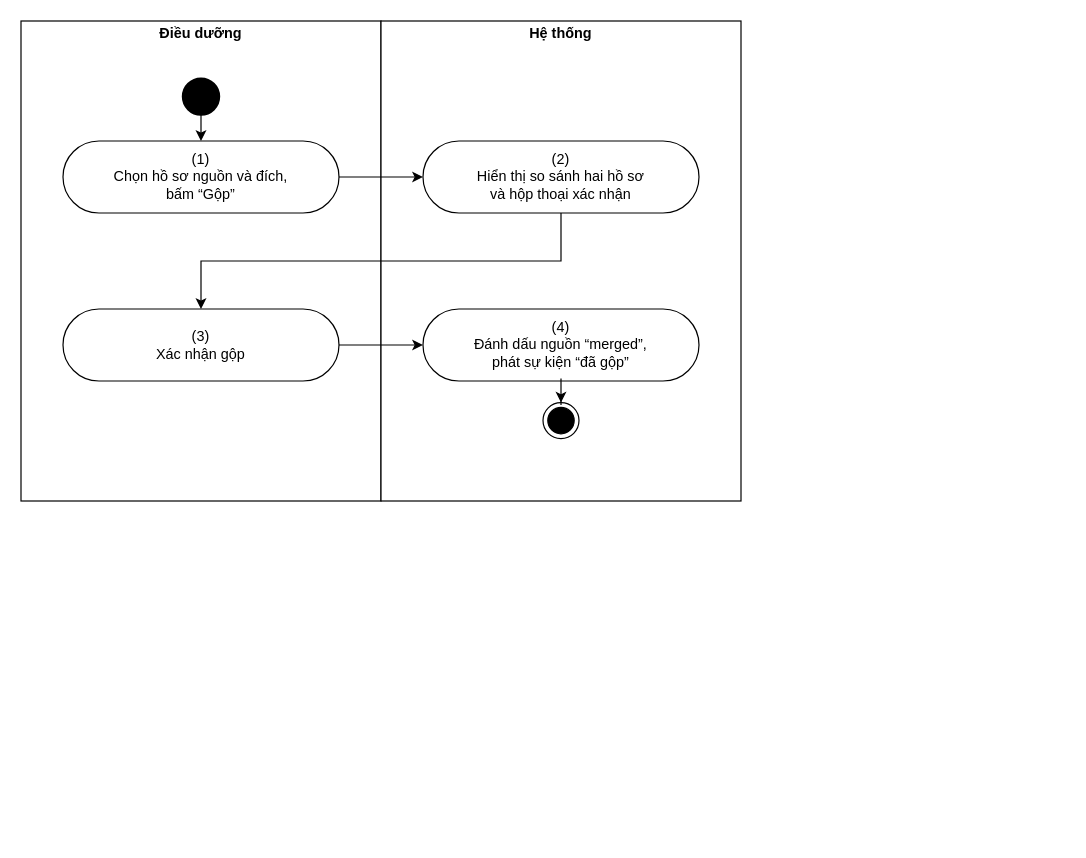
Above: page "UC 13 Liên kết hồ sơ của người thân trưởng thành" (4 of 18) of docs/02-requirements/srs/dist/diagrams/10-activity-clinical.drawio in viethung12062005/smart-hospital-platform (draw.io), before the change. Source tidied: cells renumbered, new cells numbered last; positions are measured from the earlier drawing's top-left corner, leaving out a move shared by most shapes. Both pictures are drawn from the tidied source at 120%, with x=0, y=0 at pixel (20, 20).
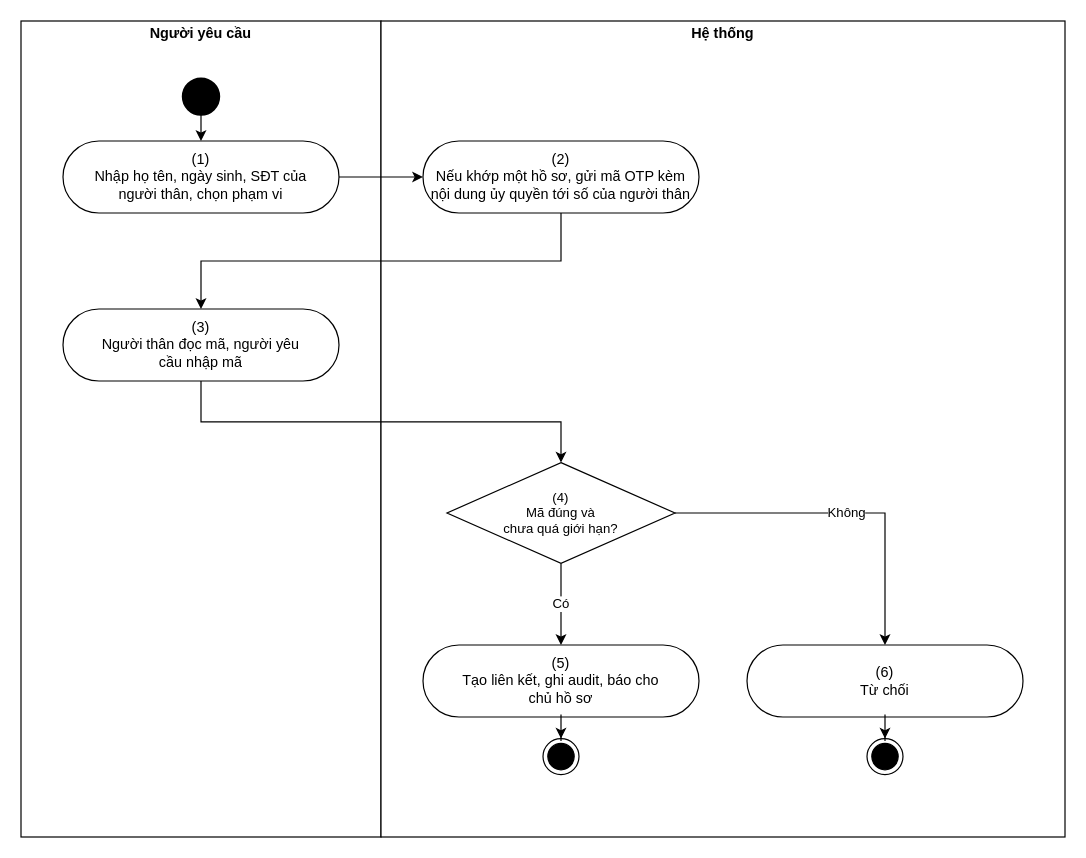
After the change.

Change to the diagram source:
```diff
@@
-    <mxCell id="2" value="&lt;p style=&quot;margin:0px;margin-top:4px;text-align:center&quot;&gt;&lt;b&gt;Điều dưỡng&lt;/b&gt;&lt;/p&gt;" style="verticalAlign=top;align=left;overflow=fill;fontSize=12;fontFamily=Helvetica;html=1;rounded=0;shadow=0;strokeColor=#000000;gradientColor=none;whiteSpace=wrap;" parent="1" vertex="1">
-      <mxGeometry width="300" height="400" as="geometry" />
+    <mxCell id="2" value="&lt;p style=&quot;margin:0px;margin-top:4px;text-align:center&quot;&gt;&lt;b&gt;Người yêu cầu&lt;/b&gt;&lt;/p&gt;" style="verticalAlign=top;align=left;overflow=fill;fontSize=12;fontFamily=Helvetica;html=1;rounded=0;shadow=0;strokeColor=#000000;gradientColor=none;whiteSpace=wrap;" parent="1" vertex="1">
+      <mxGeometry width="300" height="680" as="geometry" />
     </mxCell>
     <mxCell id="3" value="&lt;p style=&quot;margin:0px;margin-top:4px;text-align:center&quot;&gt;&lt;b&gt;Hệ thống&lt;/b&gt;&lt;/p&gt;" style="verticalAlign=top;align=left;overflow=fill;fontSize=12;fontFamily=Helvetica;html=1;rounded=0;shadow=0;strokeColor=#000000;gradientColor=none;whiteSpace=wrap;" parent="1" vertex="1">
-      <mxGeometry x="300" width="300" height="400" as="geometry" />
+      <mxGeometry x="300" width="570" height="680" as="geometry" />
     </mxCell>
-    <mxCell id="4" value="(1)&lt;br&gt;Chọn hồ sơ nguồn và đích,&lt;br&gt;bấm “Gộp”" style="html=1;dashed=0;whitespace=wrap;shape=mxgraph.dfd.start;rounded=0;shadow=0;strokeColor=#000000;gradientColor=none;whiteSpace=wrap;fontSize=12;" parent="1" vertex="1">
+    <mxCell id="4" value="(1)&lt;br&gt;Nhập họ tên, ngày sinh, SĐT của&lt;br&gt;người thân, chọn phạm vi" style="html=1;dashed=0;whitespace=wrap;shape=mxgraph.dfd.start;rounded=0;shadow=0;strokeColor=#000000;gradientColor=none;whiteSpace=wrap;fontSize=12;" parent="1" vertex="1">
       <mxGeometry x="35" y="100" width="230" height="60" as="geometry" />
     </mxCell>
-    <mxCell id="5" value="(2)&lt;br&gt;Hiển thị so sánh hai hồ sơ&lt;br&gt;và hộp thoại xác nhận" style="html=1;dashed=0;whitespace=wrap;shape=mxgraph.dfd.start;rounded=0;shadow=0;strokeColor=#000000;gradientColor=none;whiteSpace=wrap;fontSize=12;" parent="1" vertex="1">
+    <mxCell id="5" value="(2)&lt;br&gt;Nếu khớp một hồ sơ, gửi mã OTP kèm&lt;br&gt;nội dung ủy quyền tới số của người thân" style="html=1;dashed=0;whitespace=wrap;shape=mxgraph.dfd.start;rounded=0;shadow=0;strokeColor=#000000;gradientColor=none;whiteSpace=wrap;fontSize=12;" parent="1" vertex="1">
       <mxGeometry x="335" y="100" width="230" height="60" as="geometry" />
     </mxCell>
-    <mxCell id="6" value="(3)&lt;br&gt;Xác nhận gộp" style="html=1;dashed=0;whitespace=wrap;shape=mxgraph.dfd.start;rounded=0;shadow=0;strokeColor=#000000;gradientColor=none;whiteSpace=wrap;fontSize=12;" parent="1" vertex="1">
+    <mxCell id="6" value="(3)&lt;br&gt;Người thân đọc mã, người yêu&lt;br&gt;cầu nhập mã" style="html=1;dashed=0;whitespace=wrap;shape=mxgraph.dfd.start;rounded=0;shadow=0;strokeColor=#000000;gradientColor=none;whiteSpace=wrap;fontSize=12;" parent="1" vertex="1">
       <mxGeometry x="35" y="240" width="230" height="60" as="geometry" />
     </mxCell>
-    <mxCell id="7" value="(4)&lt;br&gt;Đánh dấu nguồn “merged”,&lt;br&gt;phát sự kiện “đã gộp”" style="html=1;dashed=0;whitespace=wrap;shape=mxgraph.dfd.start;rounded=0;shadow=0;strokeColor=#000000;gradientColor=none;whiteSpace=wrap;fontSize=12;" parent="1" vertex="1">
-      <mxGeometry x="335" y="240" width="230" height="60" as="geometry" />
+    <mxCell id="7" value="(4)&lt;br&gt;Mã đúng và&lt;br&gt;chưa quá giới hạn?" style="rhombus;html=1;whiteSpace=wrap;strokeColor=#000000;fontSize=11;" parent="1" vertex="1">
+      <mxGeometry x="355" y="368" width="190" height="84" as="geometry" />
     </mxCell>
-    <mxCell id="8" style="strokeWidth=2;html=1;shape=mxgraph.flowchart.start_2;whiteSpace=wrap;rounded=0;shadow=0;gradientColor=none;fillColor=#000000;" parent="1" vertex="1">
-      <mxGeometry x="135" y="48" width="30" height="30" as="geometry" />
+    <mxCell id="8" value="(5)&lt;br&gt;Tạo liên kết, ghi audit, báo cho&lt;br&gt;chủ hồ sơ" style="html=1;dashed=0;whitespace=wrap;shape=mxgraph.dfd.start;rounded=0;shadow=0;strokeColor=#000000;gradientColor=none;whiteSpace=wrap;fontSize=12;" parent="1" vertex="1">
+      <mxGeometry x="335" y="520" width="230" height="60" as="geometry" />
     </mxCell>
-    <mxCell id="9" style="edgeStyle=orthogonalEdgeStyle;rounded=0;jettySize=auto;html=1;" parent="1" edge="1" source="8" target="4">
-      <mxGeometry relative="1" as="geometry" />
+    <mxCell id="9" value="(6)&lt;br&gt;Từ chối" style="html=1;dashed=0;whitespace=wrap;shape=mxgraph.dfd.start;rounded=0;shadow=0;strokeColor=#000000;gradientColor=none;whiteSpace=wrap;fontSize=12;" parent="1" vertex="1">
+      <mxGeometry x="605" y="520" width="230" height="60" as="geometry" />
     </mxCell>
-    <mxCell id="10" style="edgeStyle=orthogonalEdgeStyle;rounded=0;jettySize=auto;html=1;" parent="1" edge="1" source="4" target="5">
-      <mxGeometry relative="1" as="geometry" />
+    <mxCell id="10" style="strokeWidth=2;html=1;shape=mxgraph.flowchart.start_2;whiteSpace=wrap;rounded=0;shadow=0;gradientColor=none;fillColor=#000000;" parent="1" vertex="1">
+      <mxGeometry x="135" y="48" width="30" height="30" as="geometry" />
     </mxCell>
-    <mxCell id="11" style="edgeStyle=orthogonalEdgeStyle;rounded=0;jettySize=auto;html=1;exitX=0.5;exitY=1;exitDx=0;exitDy=0;entryX=0.5;entryY=0;entryDx=0;entryDy=0;" parent="1" edge="1" source="5" target="6">
+    <mxCell id="11" style="edgeStyle=orthogonalEdgeStyle;rounded=0;jettySize=auto;html=1;" parent="1" edge="1" source="10" target="4">
       <mxGeometry relative="1" as="geometry" />
     </mxCell>
-    <mxCell id="12" style="edgeStyle=orthogonalEdgeStyle;rounded=0;jettySize=auto;html=1;" parent="1" edge="1" source="6" target="7">
+    <mxCell id="12" style="edgeStyle=orthogonalEdgeStyle;rounded=0;jettySize=auto;html=1;" parent="1" edge="1" source="4" target="5">
       <mxGeometry relative="1" as="geometry" />
     </mxCell>
-    <mxCell id="13" style="ellipse;html=1;shape=endState;fillColor=#000000;rounded=0;shadow=0;whiteSpace=wrap;" parent="1" vertex="1">
-      <mxGeometry x="435" y="318" width="30" height="30" as="geometry" />
+    <mxCell id="13" style="edgeStyle=orthogonalEdgeStyle;rounded=0;jettySize=auto;html=1;exitX=0.5;exitY=1;exitDx=0;exitDy=0;entryX=0.5;entryY=0;entryDx=0;entryDy=0;" parent="1" edge="1" source="5" target="6">
+      <mxGeometry relative="1" as="geometry" />
     </mxCell>
-    <mxCell id="14" style="edgeStyle=orthogonalEdgeStyle;rounded=0;jettySize=auto;html=1;" parent="1" edge="1" source="7" target="13">
+    <mxCell id="14" style="edgeStyle=orthogonalEdgeStyle;rounded=0;jettySize=auto;html=1;exitX=0.5;exitY=1;exitDx=0;exitDy=0;entryX=0.5;entryY=0;entryDx=0;entryDy=0;" parent="1" edge="1" source="6" target="7">
       <mxGeometry relative="1" as="geometry" />
     </mxCell>
+    <mxCell id="15" value="Có" style="edgeStyle=orthogonalEdgeStyle;rounded=0;jettySize=auto;html=1;exitX=0.5;exitY=1;exitDx=0;exitDy=0;entryX=0.5;entryY=0;entryDx=0;entryDy=0;" parent="1" edge="1" source="7" target="8">
+      <mxGeometry relative="1" as="geometry" />
+    </mxCell>
+    <mxCell id="16" value="Không" style="edgeStyle=orthogonalEdgeStyle;rounded=0;jettySize=auto;html=1;exitX=1;exitY=0.5;exitDx=0;exitDy=0;entryX=0.5;entryY=0;entryDx=0;entryDy=0;" parent="1" edge="1" source="7" target="9">
+      <mxGeometry relative="1" as="geometry" />
+    </mxCell>
+    <mxCell id="17" style="ellipse;html=1;shape=endState;fillColor=#000000;rounded=0;shadow=0;whiteSpace=wrap;" parent="1" vertex="1">
+      <mxGeometry x="435" y="598" width="30" height="30" as="geometry" />
+    </mxCell>
+    <mxCell id="18" style="edgeStyle=orthogonalEdgeStyle;rounded=0;jettySize=auto;html=1;" parent="1" edge="1" source="8" target="17">
+      <mxGeometry relative="1" as="geometry" />
+    </mxCell>
+    <mxCell id="19" style="ellipse;html=1;shape=endState;fillColor=#000000;rounded=0;shadow=0;whiteSpace=wrap;" parent="1" vertex="1">
+      <mxGeometry x="705" y="598" width="30" height="30" as="geometry" />
+    </mxCell>
+    <mxCell id="20" style="edgeStyle=orthogonalEdgeStyle;rounded=0;jettySize=auto;html=1;" parent="1" edge="1" source="9" target="19">
+      <mxGeometry relative="1" as="geometry" />
+    </mxCell>
```
